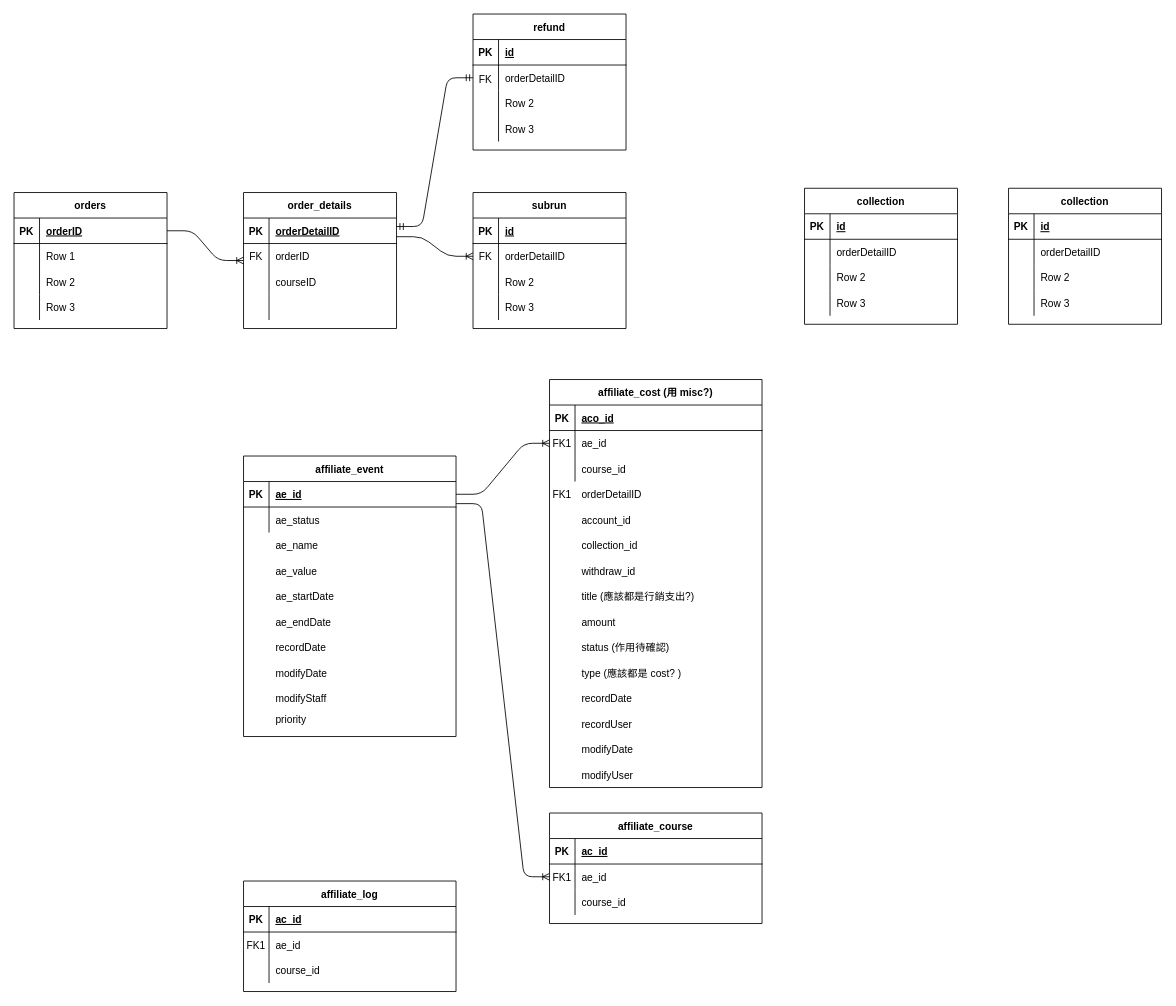
Above: affiliate_ERD.drawio in BenmrChen/Draw.io (draw.io), before the change. Source tidied: cells renumbered, new cells numbered last; positions are measured from the earlier drawing's top-left corner, leaving out a move shared by most shapes. Both pictures are drawn from the tidied source at 85%, with x=0, y=0 at pixel (14, 14).
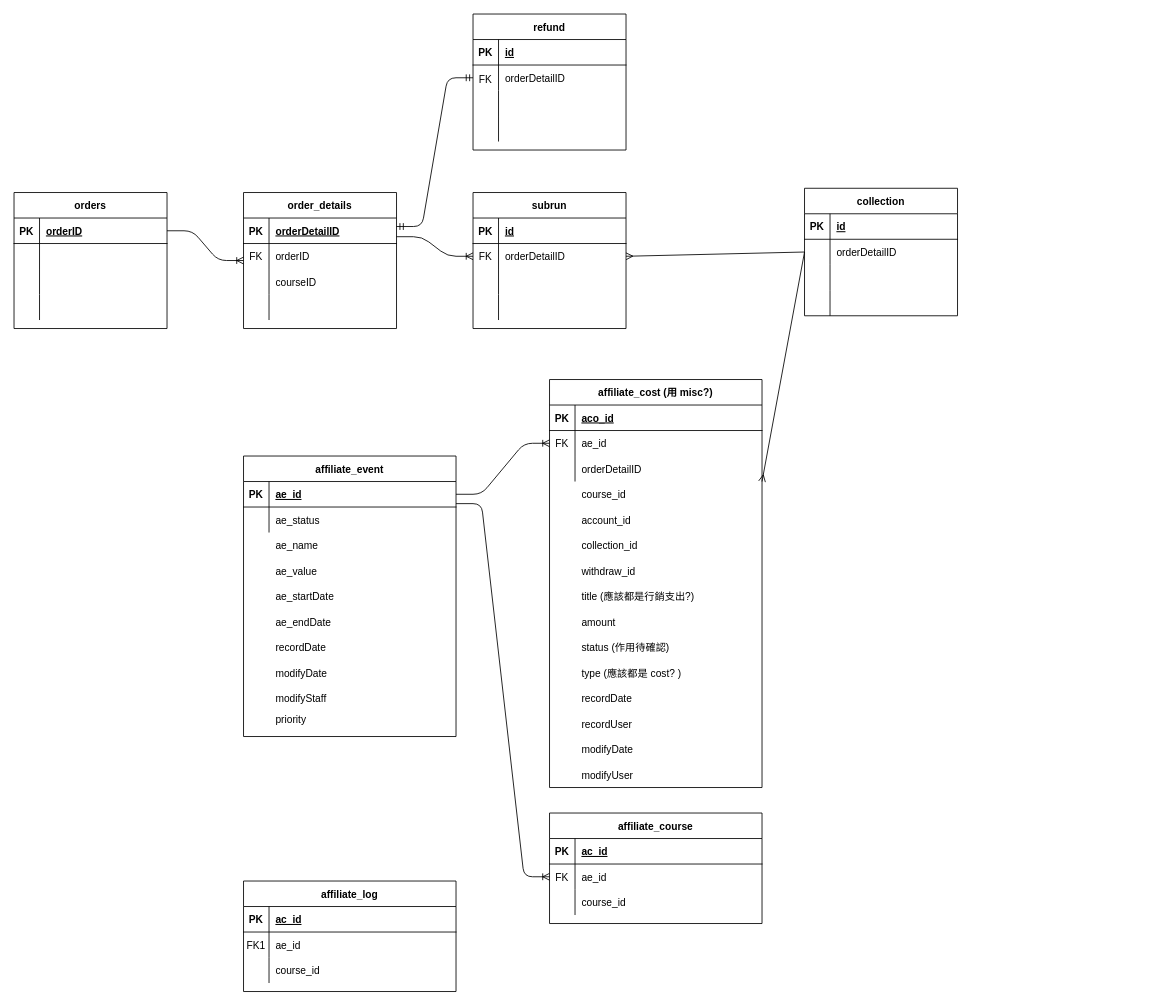
Above is the later version.

Unchanged cells that the change refers to:
```xml
<mxCell id="23" style="shape=partialRectangle;fillColor=none;top=0;left=0;bottom=0;right=0;" parent="19" vertex="1">
  <mxGeometry y="60" width="180" height="30" as="geometry" />
</mxCell>
<mxCell id="26" style="shape=partialRectangle;fillColor=none;top=0;left=0;bottom=0;right=0;" parent="19" vertex="1">
  <mxGeometry y="90" width="180" height="30" as="geometry" />
</mxCell>
<mxCell id="29" style="shape=partialRectangle;fillColor=none;top=0;left=0;bottom=0;right=0;" parent="19" vertex="1">
  <mxGeometry y="120" width="180" height="30" as="geometry" />
</mxCell>
<mxCell id="50" style="shape=partialRectangle;fillColor=none;top=0;left=0;bottom=0;right=0;points=[[0,0.5],[1,0.5]];portConstraint=eastwest;" parent="46" vertex="1">
  <mxGeometry y="60" width="180" height="30" as="geometry" />
</mxCell>
<mxCell id="53" style="shape=partialRectangle;fillColor=none;top=0;left=0;bottom=0;right=0;" parent="46" vertex="1">
  <mxGeometry y="90" width="180" height="30" as="geometry" />
</mxCell>
<mxCell id="56" style="shape=partialRectangle;fillColor=none;top=0;left=0;bottom=0;right=0;" parent="46" vertex="1">
  <mxGeometry y="120" width="180" height="30" as="geometry" />
</mxCell>
<mxCell id="66" style="shape=partialRectangle;fillColor=none;top=0;left=0;bottom=0;right=0;" parent="59" vertex="1">
  <mxGeometry y="90" width="180" height="30" as="geometry" />
</mxCell>
<mxCell id="69" style="shape=partialRectangle;fillColor=none;top=0;left=0;bottom=0;right=0;" parent="59" vertex="1">
  <mxGeometry y="120" width="180" height="30" as="geometry" />
</mxCell>
<mxCell id="82" style="shape=partialRectangle;fillColor=none;points=[[0,0.5],[1,0.5]];portConstraint=eastwest;top=0;left=0;right=0;bottom=0;" parent="78" vertex="1">
  <mxGeometry y="60" width="250" height="30" as="geometry" />
</mxCell>
<mxCell id="85" style="shape=partialRectangle;fillColor=none;top=0;left=0;right=0;bottom=0;" parent="78" vertex="1">
  <mxGeometry y="90" width="250" height="30" as="geometry" />
</mxCell>
<mxCell id="92" style="shape=partialRectangle;fillColor=none;points=[[0,0.5],[1,0.5]];portConstraint=eastwest;top=0;left=0;right=0;bottom=0;" parent="88" vertex="1">
  <mxGeometry y="60" width="250" height="30" as="geometry" />
</mxCell>
<mxCell id="125" style="shape=partialRectangle;fillColor=none;top=0;left=0;bottom=0;right=0;points=[[0,0.5],[1,0.5]];portConstraint=eastwest;" parent="121" vertex="1">
  <mxGeometry y="60" width="180" height="30" as="geometry" />
</mxCell>
<mxCell id="128" style="shape=partialRectangle;fillColor=none;top=0;left=0;bottom=0;right=0;" parent="121" vertex="1">
  <mxGeometry y="90" width="180" height="30" as="geometry" />
</mxCell>
<mxCell id="131" style="shape=partialRectangle;fillColor=none;top=0;left=0;bottom=0;right=0;" parent="121" vertex="1">
  <mxGeometry y="120" width="180" height="30" as="geometry" />
</mxCell>
```

What changed in the source:
```diff
@@
-    <mxCell id="25" value="Row 1" style="shape=partialRectangle;fillColor=none;top=0;left=0;bottom=0;right=0;align=left;spacingLeft=6;overflow=hidden;" parent="23" vertex="1">
+    <mxCell id="25" style="shape=partialRectangle;fillColor=none;top=0;left=0;bottom=0;right=0;align=left;spacingLeft=6;overflow=hidden;" parent="23" vertex="1">
       <mxGeometry x="30" width="150" height="30" as="geometry" />
     </mxCell>
@@
-    <mxCell id="28" value="Row 2" style="shape=partialRectangle;fillColor=none;top=0;left=0;bottom=0;right=0;align=left;spacingLeft=6;overflow=hidden;" parent="26" vertex="1">
+    <mxCell id="28" style="shape=partialRectangle;fillColor=none;top=0;left=0;bottom=0;right=0;align=left;spacingLeft=6;overflow=hidden;" parent="26" vertex="1">
       <mxGeometry x="30" width="150" height="30" as="geometry" />
     </mxCell>
@@
-    <mxCell id="31" value="Row 3" style="shape=partialRectangle;fillColor=none;top=0;left=0;bottom=0;right=0;align=left;spacingLeft=6;overflow=hidden;" parent="29" vertex="1">
+    <mxCell id="31" style="shape=partialRectangle;fillColor=none;top=0;left=0;bottom=0;right=0;align=left;spacingLeft=6;overflow=hidden;" parent="29" vertex="1">
       <mxGeometry x="30" width="150" height="30" as="geometry" />
     </mxCell>
@@
-    <mxCell id="55" value="Row 2" style="shape=partialRectangle;fillColor=none;top=0;left=0;bottom=0;right=0;align=left;spacingLeft=6;overflow=hidden;" parent="53" vertex="1">
+    <mxCell id="55" style="shape=partialRectangle;fillColor=none;top=0;left=0;bottom=0;right=0;align=left;spacingLeft=6;overflow=hidden;" parent="53" vertex="1">
       <mxGeometry x="30" width="150" height="30" as="geometry" />
     </mxCell>
@@
-    <mxCell id="58" value="Row 3" style="shape=partialRectangle;fillColor=none;top=0;left=0;bottom=0;right=0;align=left;spacingLeft=6;overflow=hidden;" parent="56" vertex="1">
+    <mxCell id="58" style="shape=partialRectangle;fillColor=none;top=0;left=0;bottom=0;right=0;align=left;spacingLeft=6;overflow=hidden;" parent="56" vertex="1">
       <mxGeometry x="30" width="150" height="30" as="geometry" />
     </mxCell>
@@
-    <mxCell id="68" value="Row 2" style="shape=partialRectangle;fillColor=none;top=0;left=0;bottom=0;right=0;align=left;spacingLeft=6;overflow=hidden;" parent="66" vertex="1">
+    <mxCell id="68" style="shape=partialRectangle;fillColor=none;top=0;left=0;bottom=0;right=0;align=left;spacingLeft=6;overflow=hidden;" parent="66" vertex="1">
       <mxGeometry x="30" width="150" height="30" as="geometry" />
     </mxCell>
@@
-    <mxCell id="71" value="Row 3" style="shape=partialRectangle;fillColor=none;top=0;left=0;bottom=0;right=0;align=left;spacingLeft=6;overflow=hidden;" parent="69" vertex="1">
+    <mxCell id="71" style="shape=partialRectangle;fillColor=none;top=0;left=0;bottom=0;right=0;align=left;spacingLeft=6;overflow=hidden;" parent="69" vertex="1">
       <mxGeometry x="30" width="150" height="30" as="geometry" />
     </mxCell>
@@
-    <mxCell id="83" value="FK1" style="shape=partialRectangle;overflow=hidden;fillColor=none;top=0;left=0;bottom=0;right=0;" parent="82" vertex="1">
+    <mxCell id="83" value="FK" style="shape=partialRectangle;overflow=hidden;fillColor=none;top=0;left=0;bottom=0;right=0;" parent="82" vertex="1">
       <mxGeometry width="30" height="30" as="geometry" />
     </mxCell>
@@
-    <mxCell id="87" value="course_id" style="shape=partialRectangle;overflow=hidden;fillColor=none;top=0;left=0;bottom=0;right=0;align=left;spacingLeft=6;" parent="85" vertex="1">
+    <mxCell id="87" value="orderDetailID" style="shape=partialRectangle;overflow=hidden;fillColor=none;top=0;left=0;bottom=0;right=0;align=left;spacingLeft=6;" parent="85" vertex="1">
       <mxGeometry x="30" width="220" height="30" as="geometry" />
     </mxCell>
@@
-    <mxCell id="93" value="FK1" style="shape=partialRectangle;overflow=hidden;fillColor=none;top=0;left=0;bottom=0;right=0;" parent="92" vertex="1">
+    <mxCell id="93" value="FK" style="shape=partialRectangle;overflow=hidden;fillColor=none;top=0;left=0;bottom=0;right=0;" parent="92" vertex="1">
       <mxGeometry width="30" height="30" as="geometry" />
     </mxCell>
@@
-    <mxCell id="106" value="orderDetailID" style="shape=partialRectangle;overflow=hidden;fillColor=none;top=0;left=0;bottom=0;right=0;align=left;spacingLeft=6;" parent="1" vertex="1">
+    <mxCell id="106" value="course_id" style="shape=partialRectangle;overflow=hidden;fillColor=none;top=0;left=0;bottom=0;right=0;align=left;spacingLeft=6;" parent="1" vertex="1">
       <mxGeometry x="660" y="550" width="220" height="30" as="geometry" />
     </mxCell>
-    <mxCell id="107" value="FK1" style="shape=partialRectangle;overflow=hidden;fillColor=none;top=0;left=0;bottom=0;right=0;" parent="1" vertex="1">
-      <mxGeometry x="630" y="550" width="30" height="30" as="geometry" />
-    </mxCell>
@@
     <mxCell id="121" value="collection" style="shape=table;startSize=30;childLayout=tableLayout;rowLines=0;fontStyle=1;align=center;" parent="1" vertex="1">
-      <mxGeometry x="930" y="205" width="180" height="160" as="geometry" />
+      <mxGeometry x="930" y="205" width="180" height="150" as="geometry" />
     </mxCell>
@@
-    <mxCell id="130" value="Row 2" style="shape=partialRectangle;fillColor=none;top=0;left=0;bottom=0;right=0;align=left;spacingLeft=6;overflow=hidden;" parent="128" vertex="1">
+    <mxCell id="130" style="shape=partialRectangle;fillColor=none;top=0;left=0;bottom=0;right=0;align=left;spacingLeft=6;overflow=hidden;" parent="128" vertex="1">
       <mxGeometry x="30" width="150" height="30" as="geometry" />
     </mxCell>
@@
-    <mxCell id="133" value="Row 3" style="shape=partialRectangle;fillColor=none;top=0;left=0;bottom=0;right=0;align=left;spacingLeft=6;overflow=hidden;" parent="131" vertex="1">
+    <mxCell id="133" style="shape=partialRectangle;fillColor=none;top=0;left=0;bottom=0;right=0;align=left;spacingLeft=6;overflow=hidden;" parent="131" vertex="1">
       <mxGeometry x="30" width="150" height="30" as="geometry" />
     </mxCell>
-    <mxCell id="134" value="collection" style="shape=table;startSize=30;childLayout=tableLayout;rowLines=0;fontStyle=1;align=center;" parent="1" vertex="1">
-      <mxGeometry x="1170" y="205" width="180" height="160" as="geometry" />
-    </mxCell>
-    <mxCell id="135" style="shape=partialRectangle;fillColor=none;top=0;left=0;bottom=1;right=0;" parent="134" vertex="1">
-      <mxGeometry y="30" width="180" height="30" as="geometry" />
-    </mxCell>
-    <mxCell id="136" value="PK" style="shape=partialRectangle;fillColor=none;top=0;left=0;bottom=0;right=0;fontStyle=1;overflow=hidden;" parent="135" vertex="1">
-      <mxGeometry width="30" height="30" as="geometry" />
-    </mxCell>
-    <mxCell id="137" value="id" style="shape=partialRectangle;fillColor=none;top=0;left=0;bottom=0;right=0;align=left;spacingLeft=6;fontStyle=5;overflow=hidden;" parent="135" vertex="1">
-      <mxGeometry x="30" width="150" height="30" as="geometry" />
-    </mxCell>
-    <mxCell id="138" style="shape=partialRectangle;fillColor=none;top=0;left=0;bottom=0;right=0;" parent="134" vertex="1">
-      <mxGeometry y="60" width="180" height="30" as="geometry" />
-    </mxCell>
-    <mxCell id="139" style="shape=partialRectangle;fillColor=none;top=0;left=0;bottom=0;right=0;overflow=hidden;" parent="138" vertex="1">
-      <mxGeometry width="30" height="30" as="geometry" />
-    </mxCell>
-    <mxCell id="140" value="orderDetailID" style="shape=partialRectangle;fillColor=none;top=0;left=0;bottom=0;right=0;align=left;spacingLeft=6;overflow=hidden;" parent="138" vertex="1">
-      <mxGeometry x="30" width="150" height="30" as="geometry" />
-    </mxCell>
-    <mxCell id="141" style="shape=partialRectangle;fillColor=none;top=0;left=0;bottom=0;right=0;" parent="134" vertex="1">
-      <mxGeometry y="90" width="180" height="30" as="geometry" />
-    </mxCell>
-    <mxCell id="142" style="shape=partialRectangle;fillColor=none;top=0;left=0;bottom=0;right=0;overflow=hidden;" parent="141" vertex="1">
-      <mxGeometry width="30" height="30" as="geometry" />
-    </mxCell>
-    <mxCell id="143" value="Row 2" style="shape=partialRectangle;fillColor=none;top=0;left=0;bottom=0;right=0;align=left;spacingLeft=6;overflow=hidden;" parent="141" vertex="1">
-      <mxGeometry x="30" width="150" height="30" as="geometry" />
-    </mxCell>
-    <mxCell id="144" style="shape=partialRectangle;fillColor=none;top=0;left=0;bottom=0;right=0;" parent="134" vertex="1">
-      <mxGeometry y="120" width="180" height="30" as="geometry" />
-    </mxCell>
-    <mxCell id="145" style="shape=partialRectangle;fillColor=none;top=0;left=0;bottom=0;right=0;overflow=hidden;" parent="144" vertex="1">
-      <mxGeometry width="30" height="30" as="geometry" />
-    </mxCell>
-    <mxCell id="146" value="Row 3" style="shape=partialRectangle;fillColor=none;top=0;left=0;bottom=0;right=0;align=left;spacingLeft=6;overflow=hidden;" parent="144" vertex="1">
-      <mxGeometry x="30" width="150" height="30" as="geometry" />
-    </mxCell>
+    <mxCell id="147" style="endArrow=ERmany;html=1;rounded=1;endFill=0;exitX=0;exitY=0.5;exitDx=0;exitDy=0;" parent="121" edge="1" source="125">
+      <mxGeometry relative="1" as="geometry">
+        <mxPoint x="-50" y="345" as="targetPoint" />
+      </mxGeometry>
+    </mxCell>
+    <mxCell id="148" style="endArrow=ERmany;html=1;rounded=1;exitX=0;exitY=0.5;exitDx=0;exitDy=0;entryX=1;entryY=0.5;entryDx=0;entryDy=0;endFill=0;" parent="1" edge="1" source="125" target="50">
+      <mxGeometry relative="1" as="geometry" />
+    </mxCell>
```
